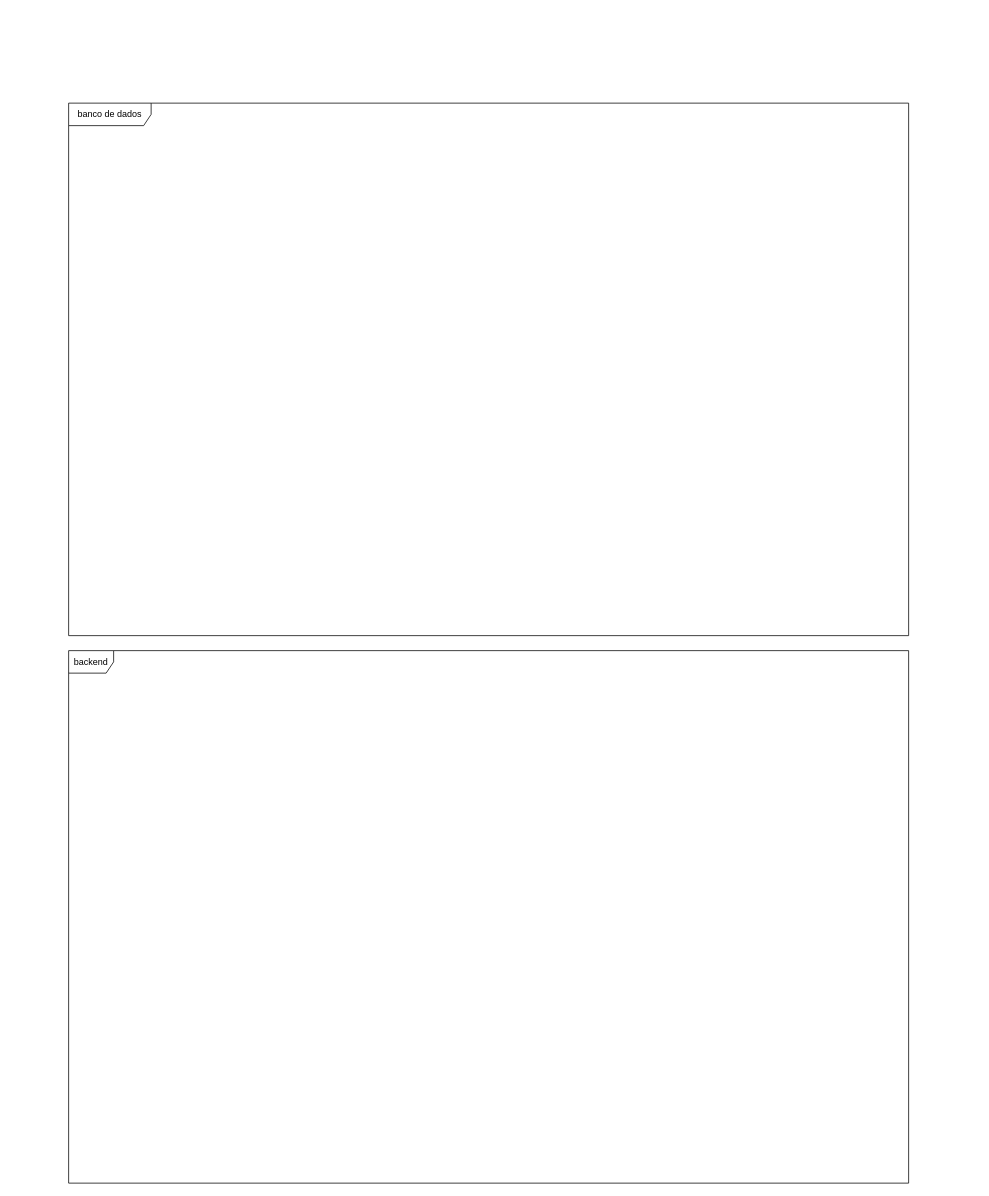
Earlier version of the draw.io diagram page "EQ5" (5 of 8) of equipes.drawio (hannaBanannaOF/entra21-git-inicio). Source tidied: cells renumbered, new cells numbered last; positions are measured from the earlier drawing's top-left corner, leaving out a move shared by most shapes. Both pictures are drawn from the tidied source at 75%, with x=0, y=0 at pixel (68, 103).
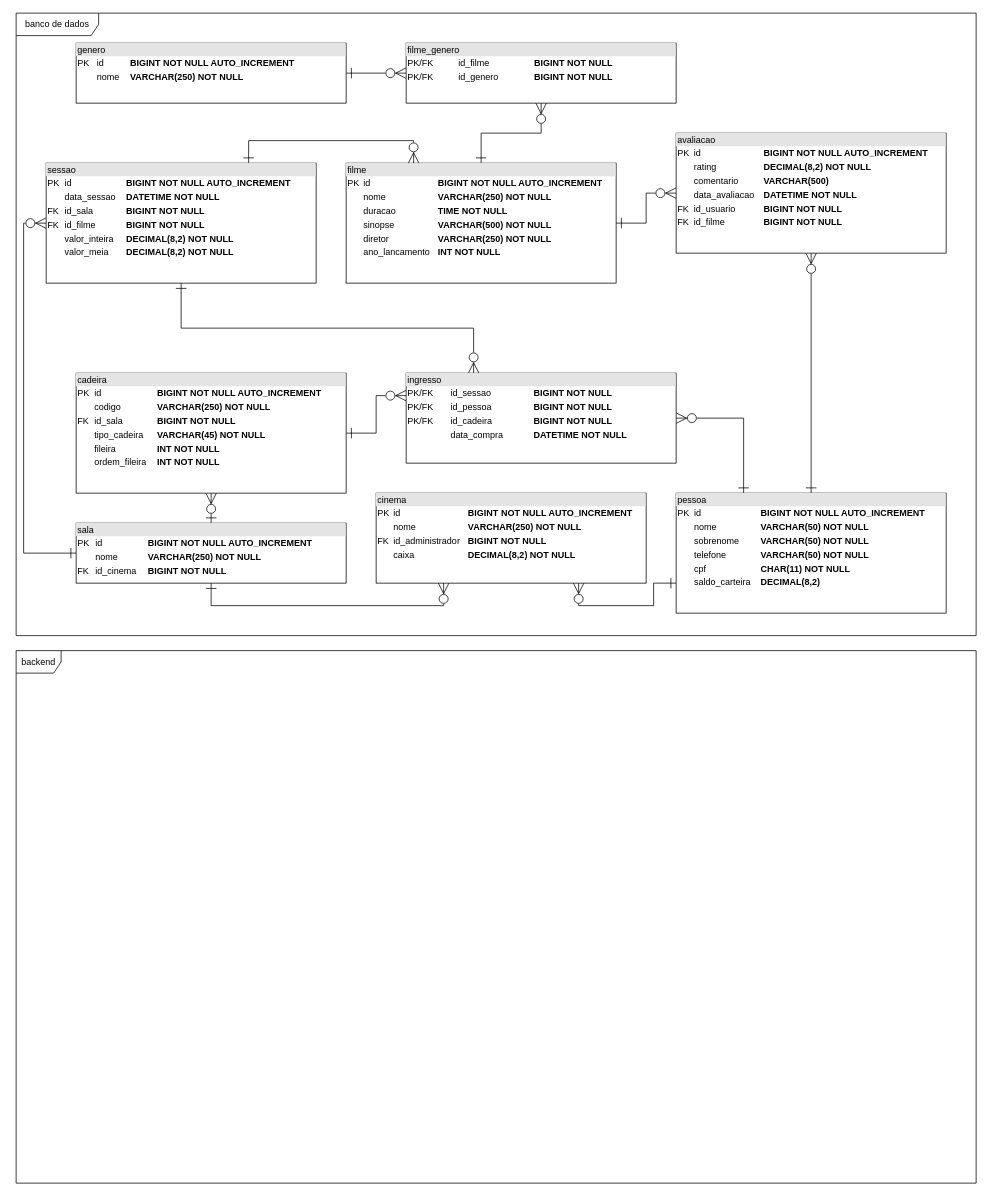
The same diagram, later.

Change to the diagram source:
```diff
@@
     <mxCell id="2" value="banco de dados" style="shape=umlFrame;whiteSpace=wrap;html=1;width=110;height=30;" parent="1" vertex="1">
-      <mxGeometry width="1120" height="710" as="geometry" />
+      <mxGeometry x="-70" y="-120" width="1280" height="830" as="geometry" />
     </mxCell>
     <mxCell id="3" value="backend" style="shape=umlFrame;whiteSpace=wrap;html=1;" parent="1" vertex="1">
-      <mxGeometry y="730" width="1120" height="710" as="geometry" />
+      <mxGeometry x="-70" y="730" width="1280" height="710" as="geometry" />
     </mxCell>
+    <mxCell id="4" style="edgeStyle=orthogonalEdgeStyle;rounded=0;jettySize=auto;html=1;exitX=0.5;exitY=0;exitDx=0;exitDy=0;entryX=0.5;entryY=1;entryDx=0;entryDy=0;startArrow=ERone;startFill=0;endArrow=ERzeroToMany;endFill=0;startSize=12;endSize=12;" parent="1" edge="1" source="7" target="18">
+      <mxGeometry relative="1" as="geometry" />
+    </mxCell>
+    <mxCell id="5" style="edgeStyle=orthogonalEdgeStyle;rounded=0;jettySize=auto;html=1;exitX=0.25;exitY=0;exitDx=0;exitDy=0;entryX=1;entryY=0.5;entryDx=0;entryDy=0;startArrow=ERone;startFill=0;endArrow=ERzeroToMany;endFill=0;startSize=12;endSize=12;" parent="1" edge="1" source="7" target="25">
+      <mxGeometry relative="1" as="geometry" />
+    </mxCell>
+    <mxCell id="6" style="edgeStyle=orthogonalEdgeStyle;rounded=0;jettySize=auto;html=1;exitX=0;exitY=0.75;exitDx=0;exitDy=0;entryX=0.75;entryY=1;entryDx=0;entryDy=0;startArrow=ERone;startFill=0;endArrow=ERzeroToMany;endFill=0;startSize=12;endSize=12;" parent="1" edge="1" source="7" target="8">
+      <mxGeometry relative="1" as="geometry" />
+    </mxCell>
+    <mxCell id="7" value="&lt;div style=&quot;box-sizing:border-box;width:100%;background:#e4e4e4;padding:2px;&quot;&gt;pessoa&lt;/div&gt;&lt;table style=&quot;width:100%;font-size:1em;&quot; cellpadding=&quot;2&quot; cellspacing=&quot;0&quot;&gt;&lt;tbody&gt;&lt;tr&gt;&lt;td&gt;PK&lt;/td&gt;&lt;td&gt;id&amp;nbsp;&lt;/td&gt;&lt;td&gt;&lt;b&gt;BIGINT&amp;nbsp;NOT NULL AUTO_INCREMENT&lt;/b&gt;&lt;br&gt;&lt;/td&gt;&lt;/tr&gt;&lt;tr&gt;&lt;td&gt;&lt;br&gt;&lt;/td&gt;&lt;td&gt;nome&amp;nbsp;&lt;br&gt;&lt;/td&gt;&lt;td&gt;&lt;b&gt;VARCHAR(50) NOT NULL&lt;/b&gt;&lt;br&gt;&lt;/td&gt;&lt;/tr&gt;&lt;tr&gt;&lt;td&gt;&lt;br&gt;&lt;/td&gt;&lt;td&gt;sobrenome&amp;nbsp;&lt;br&gt;&lt;/td&gt;&lt;td&gt;&lt;b&gt;VARCHAR(50) NOT NULL&lt;/b&gt;&lt;br&gt;&lt;/td&gt;&lt;/tr&gt;&lt;tr&gt;&lt;td&gt;&lt;br&gt;&lt;/td&gt;&lt;td&gt;telefone&lt;/td&gt;&lt;td&gt;&lt;b&gt;VARCHAR(50) NOT NULL&lt;/b&gt;&lt;/td&gt;&lt;/tr&gt;&lt;tr&gt;&lt;td&gt;&lt;br&gt;&lt;/td&gt;&lt;td&gt;cpf&lt;/td&gt;&lt;td&gt;&lt;b&gt;CHAR(11) NOT NULL&lt;/b&gt;&lt;/td&gt;&lt;/tr&gt;&lt;tr&gt;&lt;td&gt;&lt;br&gt;&lt;/td&gt;&lt;td&gt;saldo_carteira&lt;/td&gt;&lt;td&gt;&lt;b&gt;DECIMAL(8,2)&lt;/b&gt;&lt;/td&gt;&lt;/tr&gt;&lt;/tbody&gt;&lt;/table&gt;" style="verticalAlign=top;align=left;overflow=fill;html=1;" parent="1" vertex="1">
+      <mxGeometry x="810" y="520" width="360" height="160" as="geometry" />
+    </mxCell>
+    <mxCell id="8" value="&lt;div style=&quot;box-sizing:border-box;width:100%;background:#e4e4e4;padding:2px;&quot;&gt;cinema&lt;/div&gt;&lt;table style=&quot;width:100%;font-size:1em;&quot; cellpadding=&quot;2&quot; cellspacing=&quot;0&quot;&gt;&lt;tbody&gt;&lt;tr&gt;&lt;td&gt;PK&lt;/td&gt;&lt;td&gt;id&lt;/td&gt;&lt;td&gt;&lt;b&gt;BIGINT&lt;/b&gt;&amp;nbsp;&lt;b&gt;NOT NULL AUTO_INCREMENT&lt;/b&gt;&lt;br&gt;&lt;/td&gt;&lt;/tr&gt;&lt;tr&gt;&lt;td&gt;&lt;br&gt;&lt;/td&gt;&lt;td&gt;nome&lt;/td&gt;&lt;td&gt;&lt;b&gt;VARCHAR(250) NOT NULL&lt;/b&gt;&lt;/td&gt;&lt;/tr&gt;&lt;tr&gt;&lt;td&gt;FK&lt;/td&gt;&lt;td&gt;id_administrador&lt;/td&gt;&lt;td&gt;&lt;b&gt;BIGINT NOT NULL&lt;/b&gt;&lt;/td&gt;&lt;/tr&gt;&lt;tr&gt;&lt;td&gt;&lt;br&gt;&lt;/td&gt;&lt;td&gt;caixa&lt;/td&gt;&lt;td&gt;&lt;b&gt;DECIMAL(8,2) NOT NULL&lt;/b&gt;&lt;/td&gt;&lt;/tr&gt;&lt;/tbody&gt;&lt;/table&gt;" style="verticalAlign=top;align=left;overflow=fill;html=1;" parent="1" vertex="1">
+      <mxGeometry x="410" y="520" width="360" height="120" as="geometry" />
+    </mxCell>
+    <mxCell id="9" style="edgeStyle=orthogonalEdgeStyle;rounded=0;jettySize=auto;html=1;exitX=0.5;exitY=0;exitDx=0;exitDy=0;entryX=0.5;entryY=1;entryDx=0;entryDy=0;startArrow=ERone;startFill=0;endArrow=ERzeroToMany;endFill=0;startSize=12;endSize=12;" parent="1" edge="1" source="12" target="24">
+      <mxGeometry relative="1" as="geometry" />
+    </mxCell>
+    <mxCell id="10" style="edgeStyle=orthogonalEdgeStyle;rounded=0;jettySize=auto;html=1;exitX=0;exitY=0.5;exitDx=0;exitDy=0;entryX=0;entryY=0.5;entryDx=0;entryDy=0;startArrow=ERone;startFill=0;endArrow=ERzeroToMany;endFill=0;startSize=12;endSize=12;" parent="1" edge="1" source="12" target="22">
+      <mxGeometry relative="1" as="geometry" />
+    </mxCell>
+    <mxCell id="11" style="edgeStyle=orthogonalEdgeStyle;rounded=0;jettySize=auto;html=1;exitX=0.5;exitY=1;exitDx=0;exitDy=0;entryX=0.25;entryY=1;entryDx=0;entryDy=0;startArrow=ERone;startFill=0;endArrow=ERzeroToMany;endFill=0;startSize=12;endSize=12;" parent="1" edge="1" source="12" target="8">
+      <mxGeometry relative="1" as="geometry" />
+    </mxCell>
+    <mxCell id="12" value="&lt;div style=&quot;box-sizing:border-box;width:100%;background:#e4e4e4;padding:2px;&quot;&gt;sala&lt;/div&gt;&lt;table style=&quot;width:100%;font-size:1em;&quot; cellpadding=&quot;2&quot; cellspacing=&quot;0&quot;&gt;&lt;tbody&gt;&lt;tr&gt;&lt;td&gt;PK&lt;/td&gt;&lt;td&gt;id&lt;/td&gt;&lt;td&gt;&lt;b&gt;BIGINT&lt;/b&gt;&amp;nbsp;&lt;b&gt;NOT NULL AUTO_INCREMENT&lt;/b&gt;&lt;br&gt;&lt;/td&gt;&lt;/tr&gt;&lt;tr&gt;&lt;td&gt;&lt;br&gt;&lt;/td&gt;&lt;td&gt;nome&lt;/td&gt;&lt;td&gt;&lt;b&gt;VARCHAR(250) NOT NULL&lt;/b&gt;&lt;/td&gt;&lt;/tr&gt;&lt;tr&gt;&lt;td&gt;FK&lt;/td&gt;&lt;td&gt;id_cinema&lt;/td&gt;&lt;td&gt;&lt;b&gt;BIGINT NOT NULL&lt;/b&gt;&lt;/td&gt;&lt;/tr&gt;&lt;/tbody&gt;&lt;/table&gt;" style="verticalAlign=top;align=left;overflow=fill;html=1;" parent="1" vertex="1">
+      <mxGeometry x="10" y="560" width="360" height="80" as="geometry" />
+    </mxCell>
+    <mxCell id="13" style="edgeStyle=orthogonalEdgeStyle;rounded=0;jettySize=auto;html=1;exitX=0.5;exitY=0;exitDx=0;exitDy=0;entryX=0.5;entryY=1;entryDx=0;entryDy=0;startArrow=ERone;startFill=0;endArrow=ERzeroToMany;endFill=0;startSize=12;endSize=12;" parent="1" edge="1" source="15" target="19">
+      <mxGeometry relative="1" as="geometry" />
+    </mxCell>
+    <mxCell id="14" style="edgeStyle=orthogonalEdgeStyle;rounded=0;jettySize=auto;html=1;exitX=1;exitY=0.5;exitDx=0;exitDy=0;entryX=0;entryY=0.5;entryDx=0;entryDy=0;startArrow=ERone;startFill=0;endArrow=ERzeroToMany;endFill=0;startSize=12;endSize=12;" parent="1" edge="1" source="15" target="18">
+      <mxGeometry relative="1" as="geometry" />
+    </mxCell>
+    <mxCell id="15" value="&lt;div style=&quot;box-sizing:border-box;width:100%;background:#e4e4e4;padding:2px;&quot;&gt;filme&lt;/div&gt;&lt;table style=&quot;width:100%;font-size:1em;&quot; cellpadding=&quot;2&quot; cellspacing=&quot;0&quot;&gt;&lt;tbody&gt;&lt;tr&gt;&lt;td&gt;PK&lt;/td&gt;&lt;td&gt;id&lt;/td&gt;&lt;td&gt;&lt;b&gt;BIGINT&lt;/b&gt;&amp;nbsp;&lt;b&gt;NOT NULL AUTO_INCREMENT&lt;/b&gt;&lt;br&gt;&lt;/td&gt;&lt;/tr&gt;&lt;tr&gt;&lt;td&gt;&lt;br&gt;&lt;/td&gt;&lt;td&gt;nome&lt;/td&gt;&lt;td&gt;&lt;b&gt;VARCHAR(250) NOT NULL&lt;/b&gt;&lt;/td&gt;&lt;/tr&gt;&lt;tr&gt;&lt;td&gt;&lt;br&gt;&lt;/td&gt;&lt;td&gt;duracao&lt;/td&gt;&lt;td&gt;&lt;b&gt;TIME NOT NULL&lt;/b&gt;&lt;/td&gt;&lt;/tr&gt;&lt;tr&gt;&lt;td&gt;&lt;br&gt;&lt;/td&gt;&lt;td&gt;sinopse&lt;/td&gt;&lt;td&gt;&lt;b&gt;VARCHAR(500) NOT NULL&lt;/b&gt;&lt;/td&gt;&lt;/tr&gt;&lt;tr&gt;&lt;td&gt;&lt;br&gt;&lt;/td&gt;&lt;td&gt;diretor&lt;/td&gt;&lt;td&gt;&lt;b&gt;VARCHAR(250) NOT NULL&lt;/b&gt;&lt;/td&gt;&lt;/tr&gt;&lt;tr&gt;&lt;td&gt;&lt;br&gt;&lt;/td&gt;&lt;td&gt;ano_lancamento&lt;/td&gt;&lt;td&gt;&lt;b&gt;INT NOT NULL&lt;/b&gt;&lt;/td&gt;&lt;/tr&gt;&lt;/tbody&gt;&lt;/table&gt;" style="verticalAlign=top;align=left;overflow=fill;html=1;" parent="1" vertex="1">
+      <mxGeometry x="370" y="80" width="360" height="160" as="geometry" />
+    </mxCell>
+    <mxCell id="16" style="edgeStyle=orthogonalEdgeStyle;rounded=0;jettySize=auto;html=1;exitX=1;exitY=0.5;exitDx=0;exitDy=0;entryX=0;entryY=0.5;entryDx=0;entryDy=0;startArrow=ERone;startFill=0;endArrow=ERzeroToMany;endFill=0;startSize=12;endSize=12;" parent="1" edge="1" source="17" target="19">
+      <mxGeometry relative="1" as="geometry" />
+    </mxCell>
+    <mxCell id="17" value="&lt;div style=&quot;box-sizing:border-box;width:100%;background:#e4e4e4;padding:2px;&quot;&gt;genero&lt;/div&gt;&lt;table style=&quot;width:100%;font-size:1em;&quot; cellpadding=&quot;2&quot; cellspacing=&quot;0&quot;&gt;&lt;tbody&gt;&lt;tr&gt;&lt;td&gt;PK&lt;/td&gt;&lt;td&gt;id&lt;/td&gt;&lt;td&gt;&lt;b&gt;BIGINT&lt;/b&gt;&amp;nbsp;&lt;b&gt;NOT NULL AUTO_INCREMENT&lt;/b&gt;&lt;br&gt;&lt;/td&gt;&lt;/tr&gt;&lt;tr&gt;&lt;td&gt;&lt;br&gt;&lt;/td&gt;&lt;td&gt;nome&lt;/td&gt;&lt;td&gt;&lt;b&gt;VARCHAR(250) NOT NULL&lt;/b&gt;&lt;/td&gt;&lt;/tr&gt;&lt;/tbody&gt;&lt;/table&gt;" style="verticalAlign=top;align=left;overflow=fill;html=1;" parent="1" vertex="1">
+      <mxGeometry x="10" y="-80" width="360" height="80" as="geometry" />
+    </mxCell>
+    <mxCell id="18" value="&lt;div style=&quot;box-sizing:border-box;width:100%;background:#e4e4e4;padding:2px;&quot;&gt;avaliacao&lt;/div&gt;&lt;table style=&quot;width:100%;font-size:1em;&quot; cellpadding=&quot;2&quot; cellspacing=&quot;0&quot;&gt;&lt;tbody&gt;&lt;tr&gt;&lt;td&gt;PK&lt;/td&gt;&lt;td&gt;id&lt;/td&gt;&lt;td&gt;&lt;b&gt;BIGINT&lt;/b&gt;&amp;nbsp;&lt;b&gt;NOT NULL AUTO_INCREMENT&lt;/b&gt;&lt;br&gt;&lt;/td&gt;&lt;/tr&gt;&lt;tr&gt;&lt;td&gt;&lt;br&gt;&lt;/td&gt;&lt;td&gt;rating&lt;/td&gt;&lt;td&gt;&lt;b&gt;DECIMAL(8,2) NOT NULL&lt;/b&gt;&lt;/td&gt;&lt;/tr&gt;&lt;tr&gt;&lt;td&gt;&lt;br&gt;&lt;/td&gt;&lt;td&gt;comentario&lt;/td&gt;&lt;td&gt;&lt;b&gt;VARCHAR(500)&lt;/b&gt;&lt;/td&gt;&lt;/tr&gt;&lt;tr&gt;&lt;td&gt;&lt;br&gt;&lt;/td&gt;&lt;td&gt;data_avaliacao&lt;/td&gt;&lt;td&gt;&lt;b&gt;DATETIME NOT NULL&lt;/b&gt;&lt;/td&gt;&lt;/tr&gt;&lt;tr&gt;&lt;td&gt;FK&lt;/td&gt;&lt;td&gt;id_usuario&lt;/td&gt;&lt;td&gt;&lt;b&gt;BIGINT NOT NULL&lt;/b&gt;&lt;/td&gt;&lt;/tr&gt;&lt;tr&gt;&lt;td&gt;FK&lt;/td&gt;&lt;td&gt;id_filme&lt;/td&gt;&lt;td&gt;&lt;b&gt;BIGINT NOT NULL&lt;/b&gt;&lt;/td&gt;&lt;/tr&gt;&lt;/tbody&gt;&lt;/table&gt;" style="verticalAlign=top;align=left;overflow=fill;html=1;" parent="1" vertex="1">
+      <mxGeometry x="810" y="40" width="360" height="160" as="geometry" />
+    </mxCell>
+    <mxCell id="19" value="&lt;div style=&quot;box-sizing:border-box;width:100%;background:#e4e4e4;padding:2px;&quot;&gt;filme_genero&lt;/div&gt;&lt;table style=&quot;width:100%;font-size:1em;&quot; cellpadding=&quot;2&quot; cellspacing=&quot;0&quot;&gt;&lt;tbody&gt;&lt;tr&gt;&lt;td&gt;PK/FK&lt;/td&gt;&lt;td&gt;id_filme&lt;/td&gt;&lt;td&gt;&lt;b&gt;BIGINT&lt;/b&gt;&amp;nbsp;&lt;b&gt;NOT NULL&lt;/b&gt;&lt;br&gt;&lt;/td&gt;&lt;/tr&gt;&lt;tr&gt;&lt;td&gt;PK/FK&lt;/td&gt;&lt;td&gt;id_genero&lt;/td&gt;&lt;td&gt;&lt;b&gt;BIGINT NOT NULL&lt;/b&gt;&lt;/td&gt;&lt;/tr&gt;&lt;/tbody&gt;&lt;/table&gt;" style="verticalAlign=top;align=left;overflow=fill;html=1;" parent="1" vertex="1">
+      <mxGeometry x="450" y="-80" width="360" height="80" as="geometry" />
+    </mxCell>
+    <mxCell id="20" style="edgeStyle=orthogonalEdgeStyle;rounded=0;jettySize=auto;html=1;exitX=0.5;exitY=1;exitDx=0;exitDy=0;entryX=0.25;entryY=0;entryDx=0;entryDy=0;startArrow=ERone;startFill=0;endArrow=ERzeroToMany;endFill=0;startSize=12;endSize=12;" parent="1" edge="1" source="22" target="25">
+      <mxGeometry relative="1" as="geometry" />
+    </mxCell>
+    <mxCell id="21" style="edgeStyle=orthogonalEdgeStyle;rounded=0;jettySize=auto;html=1;exitX=0.75;exitY=0;exitDx=0;exitDy=0;entryX=0.25;entryY=0;entryDx=0;entryDy=0;startArrow=ERone;startFill=0;endArrow=ERzeroToMany;endFill=0;startSize=12;endSize=12;" parent="1" edge="1" source="22" target="15">
+      <mxGeometry relative="1" as="geometry" />
+    </mxCell>
+    <mxCell id="22" value="&lt;div style=&quot;box-sizing:border-box;width:100%;background:#e4e4e4;padding:2px;&quot;&gt;sessao&lt;/div&gt;&lt;table style=&quot;width:100%;font-size:1em;&quot; cellpadding=&quot;2&quot; cellspacing=&quot;0&quot;&gt;&lt;tbody&gt;&lt;tr&gt;&lt;td&gt;PK&lt;/td&gt;&lt;td&gt;id&lt;/td&gt;&lt;td&gt;&lt;b&gt;BIGINT&lt;/b&gt;&amp;nbsp;&lt;b&gt;NOT NULL AUTO_INCREMENT&lt;/b&gt;&lt;br&gt;&lt;/td&gt;&lt;/tr&gt;&lt;tr&gt;&lt;td&gt;&lt;br&gt;&lt;/td&gt;&lt;td&gt;data_sessao&lt;/td&gt;&lt;td&gt;&lt;b&gt;DATETIME NOT NULL&lt;/b&gt;&lt;/td&gt;&lt;/tr&gt;&lt;tr&gt;&lt;td&gt;FK&lt;/td&gt;&lt;td&gt;id_sala&lt;/td&gt;&lt;td&gt;&lt;b&gt;BIGINT NOT NULL&lt;/b&gt;&lt;/td&gt;&lt;/tr&gt;&lt;tr&gt;&lt;td&gt;FK&lt;/td&gt;&lt;td&gt;id_filme&lt;/td&gt;&lt;td&gt;&lt;b&gt;BIGINT NOT NULL&lt;/b&gt;&lt;/td&gt;&lt;/tr&gt;&lt;tr&gt;&lt;td&gt;&lt;br&gt;&lt;/td&gt;&lt;td&gt;valor_inteira&lt;/td&gt;&lt;td&gt;&lt;b&gt;DECIMAL(8,2) NOT NULL&lt;/b&gt;&lt;/td&gt;&lt;/tr&gt;&lt;tr&gt;&lt;td&gt;&lt;br&gt;&lt;/td&gt;&lt;td&gt;valor_meia&lt;/td&gt;&lt;td&gt;&lt;b&gt;DECIMAL(8,2) NOT NULL&lt;/b&gt;&lt;/td&gt;&lt;/tr&gt;&lt;/tbody&gt;&lt;/table&gt;" style="verticalAlign=top;align=left;overflow=fill;html=1;" parent="1" vertex="1">
+      <mxGeometry x="-30" y="80" width="360" height="160" as="geometry" />
+    </mxCell>
+    <mxCell id="23" style="edgeStyle=orthogonalEdgeStyle;rounded=0;jettySize=auto;html=1;exitX=1;exitY=0.5;exitDx=0;exitDy=0;entryX=0;entryY=0.25;entryDx=0;entryDy=0;startArrow=ERone;startFill=0;endArrow=ERzeroToMany;endFill=0;startSize=12;endSize=12;" parent="1" edge="1" source="24" target="25">
+      <mxGeometry relative="1" as="geometry" />
+    </mxCell>
+    <mxCell id="24" value="&lt;div style=&quot;box-sizing:border-box;width:100%;background:#e4e4e4;padding:2px;&quot;&gt;cadeira&lt;/div&gt;&lt;table style=&quot;width:100%;font-size:1em;&quot; cellpadding=&quot;2&quot; cellspacing=&quot;0&quot;&gt;&lt;tbody&gt;&lt;tr&gt;&lt;td&gt;PK&lt;/td&gt;&lt;td&gt;id&lt;/td&gt;&lt;td&gt;&lt;b&gt;BIGINT&lt;/b&gt;&amp;nbsp;&lt;b&gt;NOT NULL AUTO_INCREMENT&lt;/b&gt;&lt;br&gt;&lt;/td&gt;&lt;/tr&gt;&lt;tr&gt;&lt;td&gt;&lt;br&gt;&lt;/td&gt;&lt;td&gt;codigo&lt;/td&gt;&lt;td&gt;&lt;b&gt;VARCHAR(250) NOT NULL&lt;/b&gt;&lt;/td&gt;&lt;/tr&gt;&lt;tr&gt;&lt;td&gt;FK&lt;/td&gt;&lt;td&gt;id_sala&lt;/td&gt;&lt;td&gt;&lt;b&gt;BIGINT NOT NULL&lt;/b&gt;&lt;/td&gt;&lt;/tr&gt;&lt;tr&gt;&lt;td&gt;&lt;br&gt;&lt;/td&gt;&lt;td&gt;tipo_cadeira&lt;/td&gt;&lt;td&gt;&lt;b&gt;VARCHAR(45) NOT NULL&lt;/b&gt;&lt;/td&gt;&lt;/tr&gt;&lt;tr&gt;&lt;td&gt;&lt;br&gt;&lt;/td&gt;&lt;td&gt;fileira&lt;/td&gt;&lt;td&gt;&lt;b&gt;INT NOT NULL&lt;/b&gt;&lt;/td&gt;&lt;/tr&gt;&lt;tr&gt;&lt;td&gt;&lt;br&gt;&lt;/td&gt;&lt;td&gt;ordem_fileira&lt;/td&gt;&lt;td&gt;&lt;b&gt;INT NOT NULL&lt;/b&gt;&lt;/td&gt;&lt;/tr&gt;&lt;/tbody&gt;&lt;/table&gt;" style="verticalAlign=top;align=left;overflow=fill;html=1;" parent="1" vertex="1">
+      <mxGeometry x="10" y="360" width="360" height="160" as="geometry" />
+    </mxCell>
+    <mxCell id="25" value="&lt;div style=&quot;box-sizing:border-box;width:100%;background:#e4e4e4;padding:2px;&quot;&gt;ingresso&lt;/div&gt;&lt;table style=&quot;width:100%;font-size:1em;&quot; cellpadding=&quot;2&quot; cellspacing=&quot;0&quot;&gt;&lt;tbody&gt;&lt;tr&gt;&lt;td&gt;PK/FK&lt;/td&gt;&lt;td&gt;id_sessao&lt;/td&gt;&lt;td&gt;&lt;b&gt;BIGINT&lt;/b&gt;&amp;nbsp;&lt;b&gt;NOT NULL&lt;/b&gt;&lt;br&gt;&lt;/td&gt;&lt;/tr&gt;&lt;tr&gt;&lt;td&gt;PK/FK&lt;/td&gt;&lt;td&gt;id_pessoa&lt;/td&gt;&lt;td&gt;&lt;b&gt;BIGINT NOT NULL&lt;/b&gt;&lt;/td&gt;&lt;/tr&gt;&lt;tr&gt;&lt;td&gt;PK/FK&lt;/td&gt;&lt;td&gt;id_cadeira&lt;/td&gt;&lt;td&gt;&lt;b&gt;BIGINT NOT NULL&lt;/b&gt;&lt;/td&gt;&lt;/tr&gt;&lt;tr&gt;&lt;td&gt;&lt;br&gt;&lt;/td&gt;&lt;td&gt;data_compra&lt;/td&gt;&lt;td&gt;&lt;b&gt;DATETIME NOT NULL&lt;/b&gt;&lt;/td&gt;&lt;/tr&gt;&lt;/tbody&gt;&lt;/table&gt;" style="verticalAlign=top;align=left;overflow=fill;html=1;" parent="1" vertex="1">
+      <mxGeometry x="450" y="360" width="360" height="120" as="geometry" />
+    </mxCell>
```
